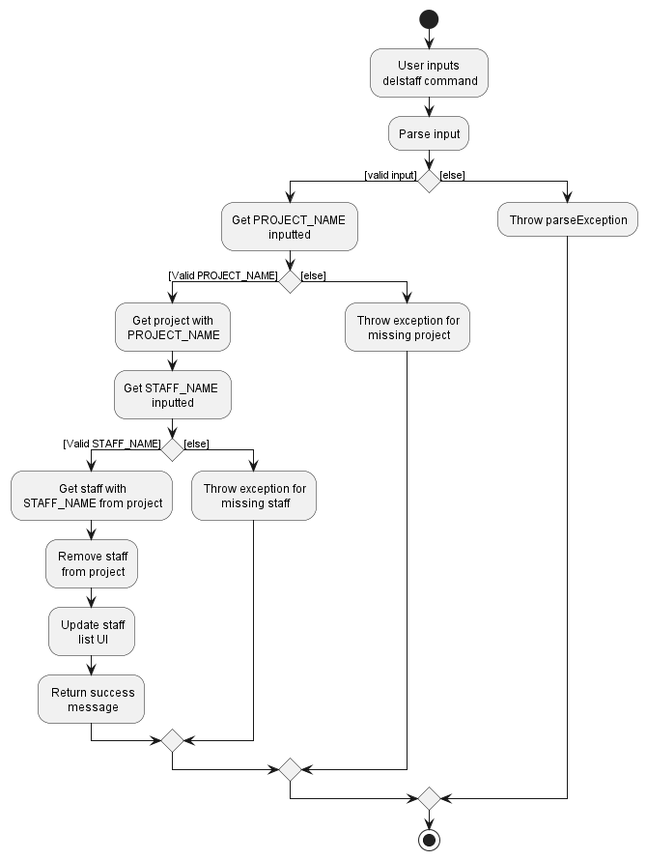
Above: docs/images/DeleteStaffCommandActivityDiagram.png in nus-cs2103-AY2223S1/tp (PlantUML), before the change. The source it was exported from:
```plantuml
@startuml
!include style.puml

start
:User inputs\n delstaff command;
:Parse input;
if () then ([valid input])
    :Get PROJECT_NAME \ninputted;
    if () then ([Valid PROJECT_NAME])
        :Get project with\n PROJECT_NAME;
        :Get STAFF_NAME \ninputted;
        if () then ([Valid STAFF_NAME])
            : Get staff with\n STAFF_NAME from project;
            : Remove staff\n from project;
            : Update staff\n list UI;
            : Return success\n message;
        else ([else])
            : Throw exception for\n missing staff;
        endif
    else ([else])
        : Throw exception for\n missing project;
    endif
else ([else])
: Throw parseException;
endif
stop
@enduml
```
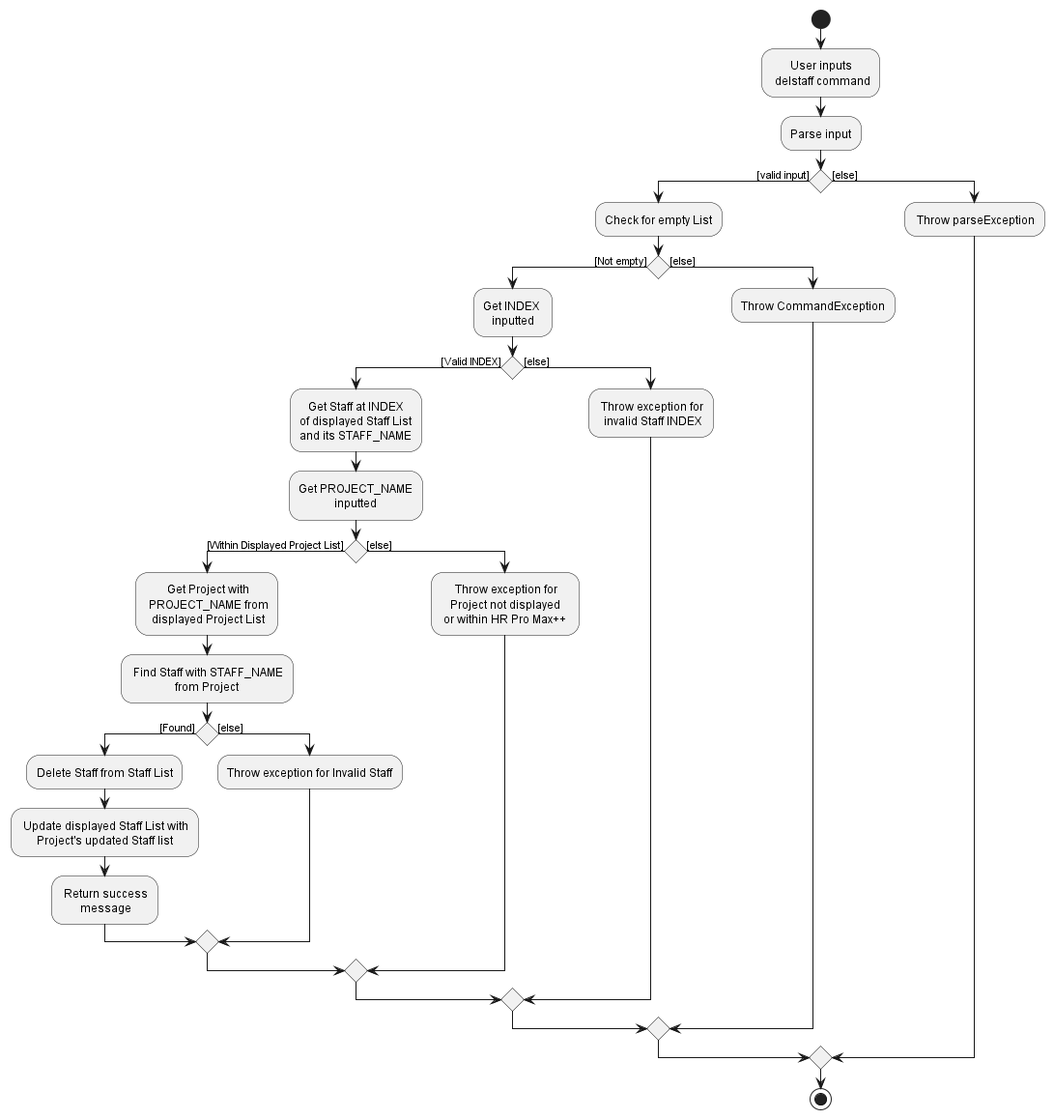
The same diagram one commit later.

What changed in the source:
```diff
@@ -5,20 +5,30 @@
 :User inputs\n delstaff command;
 :Parse input;
 if () then ([valid input])
-    :Get PROJECT_NAME \ninputted;
-    if () then ([Valid PROJECT_NAME])
-        :Get project with\n PROJECT_NAME;
-        :Get STAFF_NAME \ninputted;
-        if () then ([Valid STAFF_NAME])
-            : Get staff with\n STAFF_NAME from project;
-            : Remove staff\n from project;
-            : Update staff\n list UI;
-            : Return success\n message;
+    :Check for empty List;
+    if () then ([Not empty])
+        :Get INDEX \ninputted;
+        if () then ([Valid INDEX])
+            :Get Staff at INDEX\nof displayed Staff List\nand its STAFF_NAME;
+            :Get PROJECT_NAME\ninputted;
+            if () then ([Within Displayed Project List])
+                : Get Project with\n PROJECT_NAME from\n displayed Project List;
+                : Find Staff with STAFF_NAME\nfrom Project;
+                if () then ([Found])
+                    :Delete Staff from Staff List;
+                    : Update displayed Staff List with\nProject's updated Staff list;
+                    : Return success\n message;
+                else ([else])
+                    :Throw exception for Invalid Staff;
+                endif
+            else ([else])
+                : Throw exception for\nProject not displayed\n or within HR Pro Max++ ;
+            endif
         else ([else])
-            : Throw exception for\n missing staff;
-        endif
+            : Throw exception for\n invalid Staff INDEX;
+    endif
     else ([else])
-        : Throw exception for\n missing project;
+    :Throw CommandException;
     endif
 else ([else])
 : Throw parseException;
```
